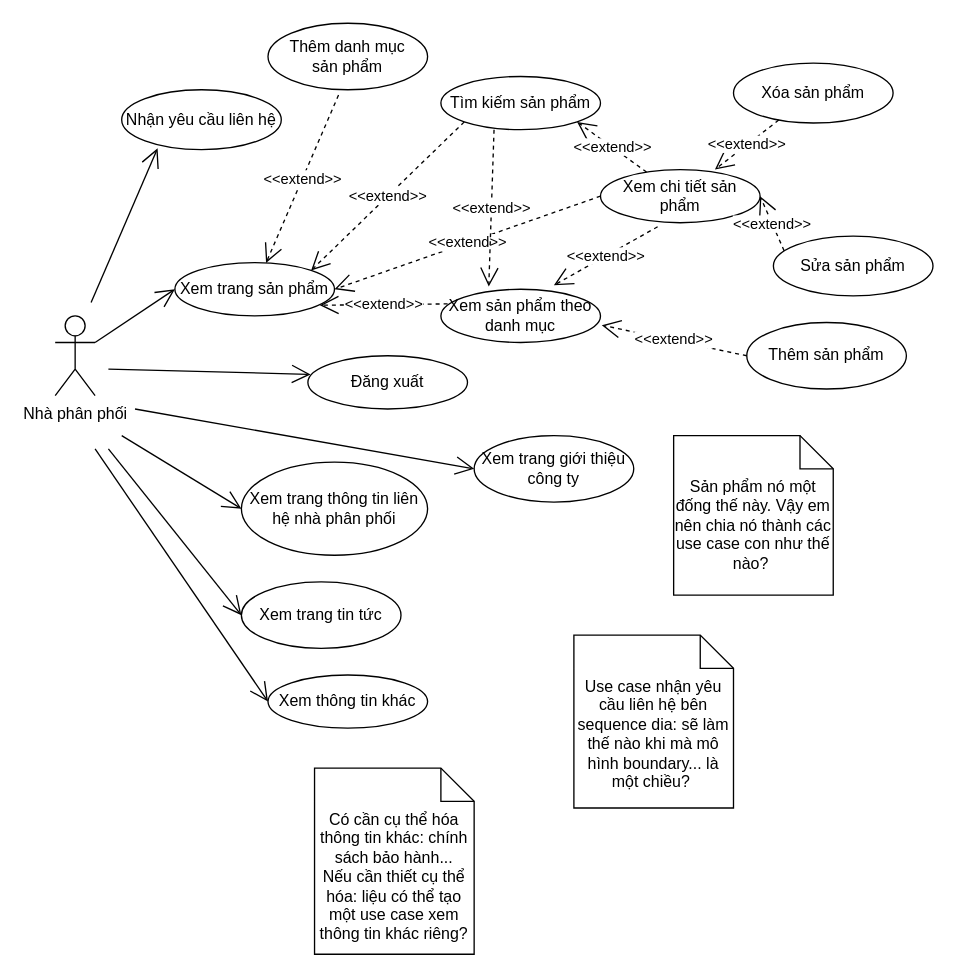
Earlier version of the draw.io diagram Use Case/providerUC.drawio (hoangminh15/PTTKHT). Source tidied: cells renumbered, new cells numbered last; positions are measured from the earlier drawing's top-left corner, leaving out a move shared by most shapes. Both pictures are drawn from the tidied source at 133%, with x=0, y=0 at pixel (55, 23).
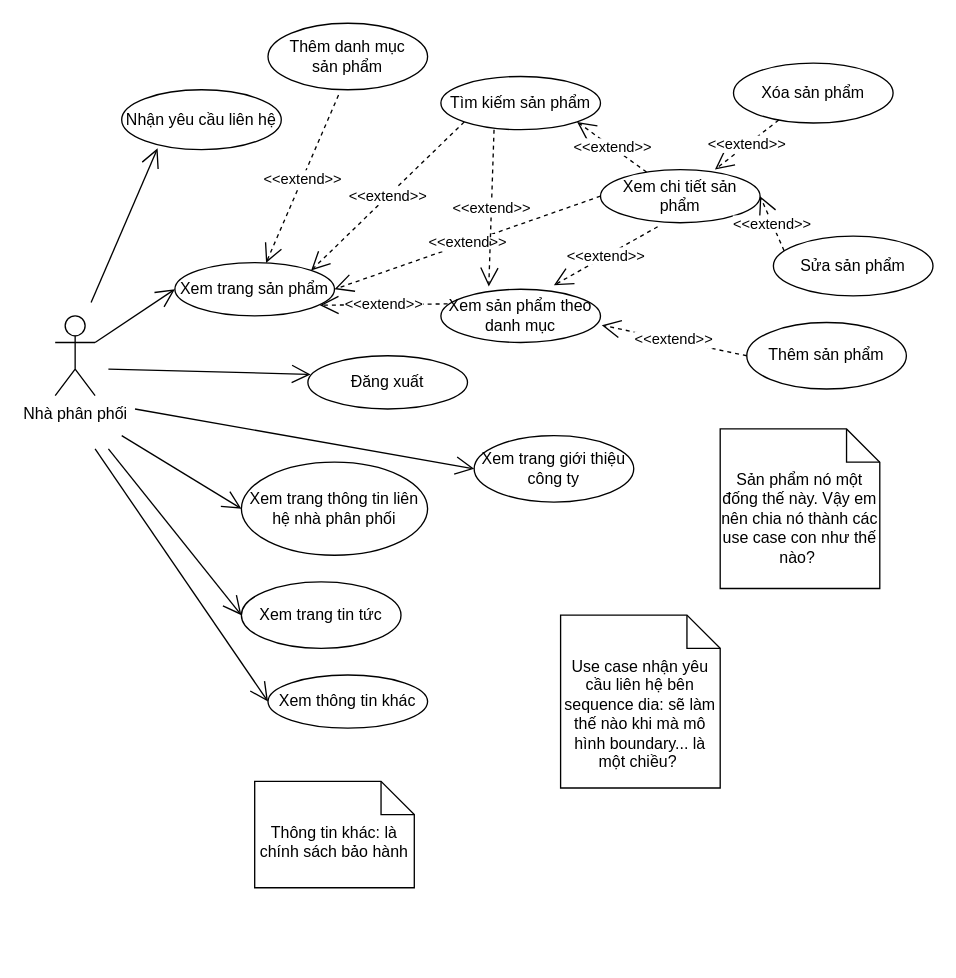
The same page after the edit.

Change to the diagram source:
```diff
@@
     <mxCell id="34" value="Sản phẩm nó một đống thế này. Vậy em nên chia nó thành các use case con như thế nào?&amp;nbsp;" style="shape=note2;boundedLbl=1;whiteSpace=wrap;html=1;size=25;verticalAlign=top;align=center;" parent="1" vertex="1">
-      <mxGeometry x="465" y="310" width="120" height="120" as="geometry" />
+      <mxGeometry x="500" y="305" width="120" height="120" as="geometry" />
     </mxCell>
     <mxCell id="35" value="Use case nhận yêu cầu liên hệ bên sequence dia: sẽ làm thế nào khi mà mô hình boundary... là một chiều?&amp;nbsp;" style="shape=note2;boundedLbl=1;whiteSpace=wrap;html=1;size=25;verticalAlign=top;align=center;" parent="1" vertex="1">
-      <mxGeometry x="390" y="460" width="120" height="130" as="geometry" />
+      <mxGeometry x="380" y="445" width="120" height="130" as="geometry" />
     </mxCell>
-    <mxCell id="36" value="Có cần cụ thể hóa thông tin khác: chính sách bảo hành...&lt;br&gt;Nếu cần thiết cụ thể hóa: liệu có thể tạo một use case xem thông tin khác riêng?" style="shape=note2;boundedLbl=1;whiteSpace=wrap;html=1;size=25;verticalAlign=top;align=center;" parent="1" vertex="1">
-      <mxGeometry x="195" y="560" width="120" height="140" as="geometry" />
+    <mxCell id="36" value="Thông tin khác: là chính sách bảo hành" style="shape=note2;boundedLbl=1;whiteSpace=wrap;html=1;size=25;verticalAlign=top;align=center;" parent="1" vertex="1">
+      <mxGeometry x="150" y="570" width="120" height="80" as="geometry" />
     </mxCell>
```
